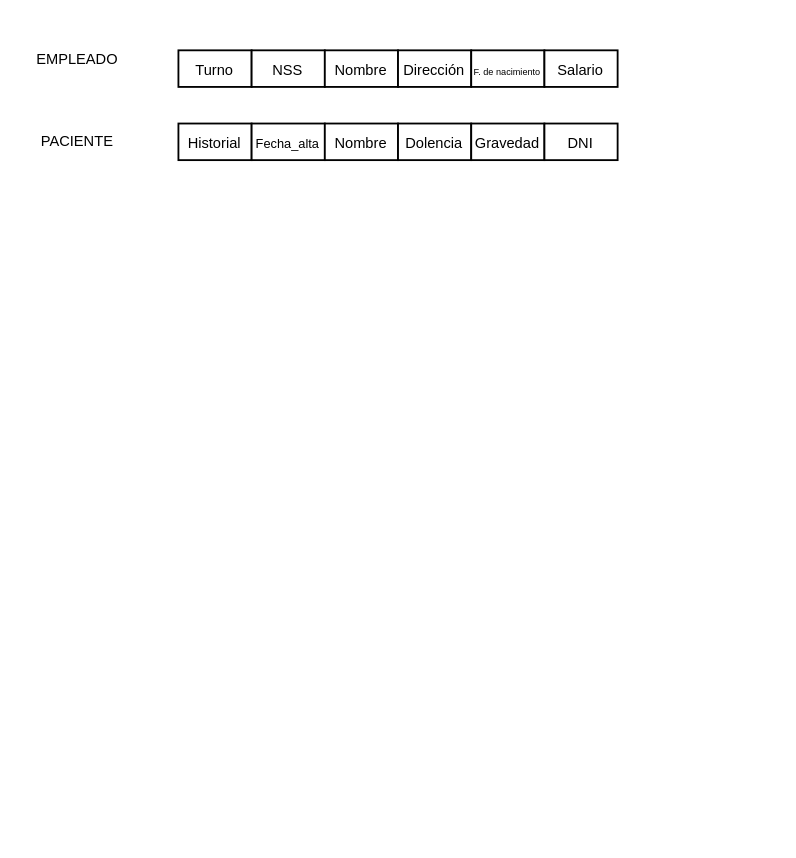
JaviOsuna/Hospital keeps this draw.io diagram as Hospital_entdiad_relacion.drawio. Above is the earlier version. Source tidied: cells renumbered, new cells numbered last; positions are measured from the earlier drawing's top-left corner, leaving out a move shared by most shapes. Both pictures are drawn from the tidied source at 183%, with x=0, y=0 at pixel (31, 31).
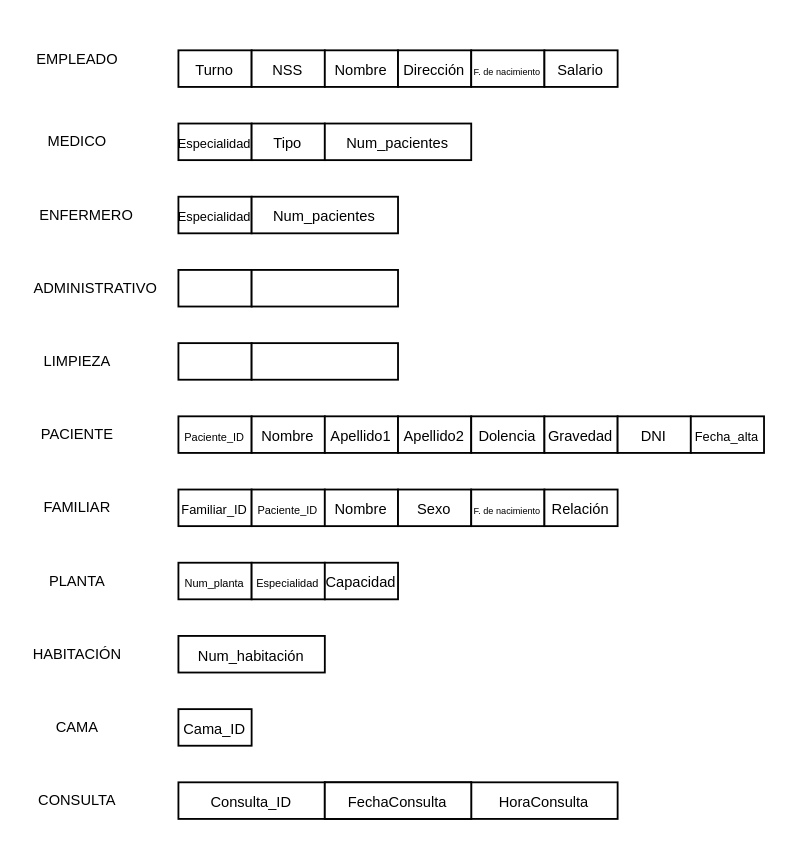
The same diagram, later.

The edit, as a diff of the source:
```diff
@@
     <mxCell id="14" style="rounded=0;whiteSpace=wrap;html=1;" parent="1" vertex="1">
-      <mxGeometry x="80" y="50" width="40" height="20" as="geometry" />
+      <mxGeometry x="80" y="210" width="40" height="20" as="geometry" />
     </mxCell>
     <mxCell id="15" style="rounded=0;whiteSpace=wrap;html=1;" parent="1" vertex="1">
-      <mxGeometry x="120" y="50" width="40" height="20" as="geometry" />
+      <mxGeometry x="120" y="210" width="40" height="20" as="geometry" />
     </mxCell>
     <mxCell id="16" style="rounded=0;whiteSpace=wrap;html=1;" parent="1" vertex="1">
-      <mxGeometry x="160" y="50" width="40" height="20" as="geometry" />
+      <mxGeometry x="160" y="210" width="40" height="20" as="geometry" />
     </mxCell>
     <mxCell id="17" style="rounded=0;whiteSpace=wrap;html=1;" parent="1" vertex="1">
-      <mxGeometry x="200" y="50" width="40" height="20" as="geometry" />
+      <mxGeometry x="200" y="210" width="40" height="20" as="geometry" />
     </mxCell>
     <mxCell id="18" style="rounded=0;whiteSpace=wrap;html=1;" parent="1" vertex="1">
-      <mxGeometry x="240" y="50" width="40" height="20" as="geometry" />
+      <mxGeometry x="240" y="210" width="40" height="20" as="geometry" />
     </mxCell>
     <mxCell id="19" style="rounded=0;whiteSpace=wrap;html=1;" parent="1" vertex="1">
-      <mxGeometry x="280" y="50" width="40" height="20" as="geometry" />
+      <mxGeometry x="280" y="210" width="40" height="20" as="geometry" />
     </mxCell>
-    <mxCell id="20" value="&lt;font style=&quot;font-size: 8px;&quot;&gt;Historial&lt;/font&gt;" style="text;html=1;align=center;verticalAlign=middle;whiteSpace=wrap;rounded=0;" parent="1" vertex="1">
-      <mxGeometry x="80" y="50" width="40" height="20" as="geometry" />
+    <mxCell id="20" value="&lt;font style=&quot;font-size: 6px;&quot;&gt;Paciente_ID&lt;/font&gt;" style="text;html=1;align=center;verticalAlign=middle;whiteSpace=wrap;rounded=0;" parent="1" vertex="1">
+      <mxGeometry x="80" y="210" width="40" height="20" as="geometry" />
     </mxCell>
-    <mxCell id="21" value="&lt;font style=&quot;font-size: 7px;&quot;&gt;Fecha_alta&lt;/font&gt;" style="text;html=1;align=center;verticalAlign=middle;whiteSpace=wrap;rounded=0;" parent="1" vertex="1">
-      <mxGeometry x="120" y="50" width="40" height="20" as="geometry" />
+    <mxCell id="21" value="&lt;font style=&quot;font-size: 8px;&quot;&gt;Nombre&lt;/font&gt;" style="text;html=1;align=center;verticalAlign=middle;whiteSpace=wrap;rounded=0;" parent="1" vertex="1">
+      <mxGeometry x="120" y="210" width="40" height="20" as="geometry" />
     </mxCell>
-    <mxCell id="22" value="&lt;span style=&quot;font-size: 8px;&quot;&gt;Nombre&lt;/span&gt;" style="text;html=1;align=center;verticalAlign=middle;whiteSpace=wrap;rounded=0;" parent="1" vertex="1">
-      <mxGeometry x="160" y="50" width="40" height="20" as="geometry" />
+    <mxCell id="22" value="&lt;span style=&quot;font-size: 8px;&quot;&gt;Apellido1&lt;/span&gt;" style="text;html=1;align=center;verticalAlign=middle;whiteSpace=wrap;rounded=0;" parent="1" vertex="1">
+      <mxGeometry x="160" y="210" width="40" height="20" as="geometry" />
     </mxCell>
-    <mxCell id="23" value="&lt;font style=&quot;font-size: 8px;&quot;&gt;Dolencia&lt;/font&gt;" style="text;html=1;align=center;verticalAlign=middle;whiteSpace=wrap;rounded=0;" parent="1" vertex="1">
-      <mxGeometry x="200" y="50" width="40" height="20" as="geometry" />
+    <mxCell id="23" value="&lt;font style=&quot;font-size: 8px;&quot;&gt;Apellido2&lt;/font&gt;" style="text;html=1;align=center;verticalAlign=middle;whiteSpace=wrap;rounded=0;" parent="1" vertex="1">
+      <mxGeometry x="200" y="210" width="40" height="20" as="geometry" />
     </mxCell>
-    <mxCell id="24" value="&lt;font style=&quot;font-size: 8px;&quot;&gt;Gravedad&lt;/font&gt;" style="text;html=1;align=center;verticalAlign=middle;whiteSpace=wrap;rounded=0;strokeWidth=0;" parent="1" vertex="1">
-      <mxGeometry x="240" y="50" width="40" height="20" as="geometry" />
+    <mxCell id="24" value="&lt;font style=&quot;font-size: 8px;&quot;&gt;Dolencia&lt;/font&gt;" style="text;html=1;align=center;verticalAlign=middle;whiteSpace=wrap;rounded=0;strokeWidth=0;" parent="1" vertex="1">
+      <mxGeometry x="240" y="210" width="40" height="20" as="geometry" />
     </mxCell>
-    <mxCell id="25" value="&lt;font style=&quot;font-size: 8px;&quot;&gt;DNI&lt;/font&gt;" style="text;html=1;align=center;verticalAlign=middle;whiteSpace=wrap;rounded=0;" parent="1" vertex="1">
-      <mxGeometry x="280" y="50" width="40" height="20" as="geometry" />
+    <mxCell id="25" value="&lt;font style=&quot;font-size: 8px;&quot;&gt;Gravedad&lt;/font&gt;" style="text;html=1;align=center;verticalAlign=middle;whiteSpace=wrap;rounded=0;" parent="1" vertex="1">
+      <mxGeometry x="280" y="210" width="40" height="20" as="geometry" />
     </mxCell>
@@
     <mxCell id="27" value="&lt;div style=&quot;&quot;&gt;&lt;span style=&quot;background-color: initial; font-size: 8px;&quot;&gt;PACIENTE&lt;/span&gt;&lt;/div&gt;" style="text;whiteSpace=wrap;html=1;align=center;" parent="1" vertex="1">
-      <mxGeometry y="45" width="50" height="30" as="geometry" />
+      <mxGeometry y="205" width="50" height="30" as="geometry" />
     </mxCell>
+    <mxCell id="28" style="rounded=0;whiteSpace=wrap;html=1;" parent="1" vertex="1">
+      <mxGeometry x="80" y="50" width="40" height="20" as="geometry" />
+    </mxCell>
+    <mxCell id="29" style="rounded=0;whiteSpace=wrap;html=1;" parent="1" vertex="1">
+      <mxGeometry x="120" y="50" width="40" height="20" as="geometry" />
+    </mxCell>
+    <mxCell id="30" style="rounded=0;whiteSpace=wrap;html=1;" parent="1" vertex="1">
+      <mxGeometry x="160" y="50" width="80" height="20" as="geometry" />
+    </mxCell>
+    <mxCell id="31" value="&lt;font style=&quot;font-size: 8px;&quot;&gt;Consulta_ID&lt;/font&gt;" style="rounded=0;whiteSpace=wrap;html=1;" parent="1" vertex="1">
+      <mxGeometry x="80" y="410" width="80" height="20" as="geometry" />
+    </mxCell>
+    <mxCell id="32" style="rounded=0;whiteSpace=wrap;html=1;" parent="1" vertex="1">
+      <mxGeometry x="160" y="410" width="80" height="20" as="geometry" />
+    </mxCell>
+    <mxCell id="33" value="&lt;font style=&quot;font-size: 7px;&quot;&gt;Especialidad&lt;/font&gt;" style="text;html=1;align=center;verticalAlign=middle;whiteSpace=wrap;rounded=0;" parent="1" vertex="1">
+      <mxGeometry x="80" y="50" width="40" height="20" as="geometry" />
+    </mxCell>
+    <mxCell id="34" value="&lt;font style=&quot;font-size: 8px;&quot;&gt;Tipo&lt;/font&gt;" style="text;html=1;align=center;verticalAlign=middle;whiteSpace=wrap;rounded=0;" parent="1" vertex="1">
+      <mxGeometry x="120" y="50" width="40" height="20" as="geometry" />
+    </mxCell>
+    <mxCell id="35" value="&lt;font style=&quot;font-size: 8px;&quot;&gt;Num_&lt;/font&gt;&lt;span style=&quot;font-size: 8px; background-color: initial;&quot;&gt;pacientes&lt;/span&gt;" style="text;html=1;align=center;verticalAlign=middle;whiteSpace=wrap;rounded=0;" parent="1" vertex="1">
+      <mxGeometry x="160" y="50" width="80" height="20" as="geometry" />
+    </mxCell>
+    <mxCell id="36" value="&lt;div style=&quot;&quot;&gt;&lt;span style=&quot;font-size: 8px;&quot;&gt;MEDICO&lt;/span&gt;&lt;/div&gt;" style="text;whiteSpace=wrap;html=1;align=center;" parent="1" vertex="1">
+      <mxGeometry y="45" width="50" height="30" as="geometry" />
+    </mxCell>
+    <mxCell id="37" style="rounded=0;whiteSpace=wrap;html=1;" parent="1" vertex="1">
+      <mxGeometry x="80" y="90" width="40" height="20" as="geometry" />
+    </mxCell>
+    <mxCell id="38" style="rounded=0;whiteSpace=wrap;html=1;" parent="1" vertex="1">
+      <mxGeometry x="120" y="90" width="80" height="20" as="geometry" />
+    </mxCell>
+    <mxCell id="39" value="&lt;font style=&quot;font-size: 8px;&quot;&gt;Cama_ID&lt;/font&gt;" style="rounded=0;whiteSpace=wrap;html=1;" parent="1" vertex="1">
+      <mxGeometry x="80" y="370" width="40" height="20" as="geometry" />
+    </mxCell>
+    <mxCell id="40" value="&lt;font style=&quot;font-size: 8px;&quot;&gt;HoraConsulta&lt;/font&gt;" style="rounded=0;whiteSpace=wrap;html=1;" parent="1" vertex="1">
+      <mxGeometry x="240" y="410" width="80" height="20" as="geometry" />
+    </mxCell>
+    <mxCell id="41" value="&lt;font style=&quot;font-size: 7px;&quot;&gt;Especialidad&lt;/font&gt;" style="text;html=1;align=center;verticalAlign=middle;whiteSpace=wrap;rounded=0;" parent="1" vertex="1">
+      <mxGeometry x="80" y="90" width="40" height="20" as="geometry" />
+    </mxCell>
+    <mxCell id="42" value="&lt;font style=&quot;font-size: 8px;&quot;&gt;Num_&lt;/font&gt;&lt;span style=&quot;font-size: 8px; background-color: initial;&quot;&gt;pacientes&lt;/span&gt;" style="text;html=1;align=center;verticalAlign=middle;whiteSpace=wrap;rounded=0;" parent="1" vertex="1">
+      <mxGeometry x="120" y="90" width="80" height="20" as="geometry" />
+    </mxCell>
+    <mxCell id="43" value="&lt;div style=&quot;&quot;&gt;&lt;span style=&quot;font-size: 8px;&quot;&gt;ENFERMERO&lt;/span&gt;&lt;/div&gt;" style="text;whiteSpace=wrap;html=1;align=center;" parent="1" vertex="1">
+      <mxGeometry y="85" width="60" height="30" as="geometry" />
+    </mxCell>
+    <mxCell id="44" style="rounded=0;whiteSpace=wrap;html=1;" parent="1" vertex="1">
+      <mxGeometry x="80" y="130" width="40" height="20" as="geometry" />
+    </mxCell>
+    <mxCell id="45" style="rounded=0;whiteSpace=wrap;html=1;" parent="1" vertex="1">
+      <mxGeometry x="120" y="130" width="80" height="20" as="geometry" />
+    </mxCell>
+    <mxCell id="46" value="&lt;font style=&quot;font-size: 8px;&quot;&gt;Num_habitación&lt;/font&gt;" style="rounded=0;whiteSpace=wrap;html=1;" parent="1" vertex="1">
+      <mxGeometry x="80" y="330" width="80" height="20" as="geometry" />
+    </mxCell>
+    <mxCell id="47" value="&lt;div style=&quot;&quot;&gt;&lt;span style=&quot;font-size: 8px;&quot;&gt;ADMINISTRATIVO&lt;/span&gt;&lt;/div&gt;" style="text;whiteSpace=wrap;html=1;align=center;" parent="1" vertex="1">
+      <mxGeometry y="125" width="70" height="30" as="geometry" />
+    </mxCell>
+    <mxCell id="48" style="rounded=0;whiteSpace=wrap;html=1;" parent="1" vertex="1">
+      <mxGeometry x="80" y="170" width="40" height="20" as="geometry" />
+    </mxCell>
+    <mxCell id="49" style="rounded=0;whiteSpace=wrap;html=1;" parent="1" vertex="1">
+      <mxGeometry x="120" y="170" width="80" height="20" as="geometry" />
+    </mxCell>
+    <mxCell id="50" style="rounded=0;whiteSpace=wrap;html=1;" parent="1" vertex="1">
+      <mxGeometry x="320" y="210" width="40" height="20" as="geometry" />
+    </mxCell>
+    <mxCell id="51" style="rounded=0;whiteSpace=wrap;html=1;" parent="1" vertex="1">
+      <mxGeometry x="360" y="210" width="40" height="20" as="geometry" />
+    </mxCell>
+    <mxCell id="52" value="&lt;div style=&quot;&quot;&gt;&lt;span style=&quot;font-size: 8px;&quot;&gt;LIMPIEZA&lt;/span&gt;&lt;/div&gt;" style="text;whiteSpace=wrap;html=1;align=center;" parent="1" vertex="1">
+      <mxGeometry y="165" width="50" height="30" as="geometry" />
+    </mxCell>
+    <mxCell id="53" value="&lt;font style=&quot;font-size: 8px;&quot;&gt;DNI&lt;/font&gt;" style="text;html=1;align=center;verticalAlign=middle;whiteSpace=wrap;rounded=0;" parent="1" vertex="1">
+      <mxGeometry x="320" y="210" width="40" height="20" as="geometry" />
+    </mxCell>
+    <mxCell id="54" value="&lt;font style=&quot;font-size: 7px;&quot;&gt;Fecha_alta&lt;/font&gt;" style="text;html=1;align=center;verticalAlign=middle;whiteSpace=wrap;rounded=0;" parent="1" vertex="1">
+      <mxGeometry x="360" y="210" width="40" height="20" as="geometry" />
+    </mxCell>
+    <mxCell id="55" style="rounded=0;whiteSpace=wrap;html=1;" parent="1" vertex="1">
+      <mxGeometry x="80" y="250" width="40" height="20" as="geometry" />
+    </mxCell>
+    <mxCell id="56" style="rounded=0;whiteSpace=wrap;html=1;" parent="1" vertex="1">
+      <mxGeometry x="120" y="250" width="40" height="20" as="geometry" />
+    </mxCell>
+    <mxCell id="57" style="rounded=0;whiteSpace=wrap;html=1;" parent="1" vertex="1">
+      <mxGeometry x="160" y="250" width="40" height="20" as="geometry" />
+    </mxCell>
+    <mxCell id="58" style="rounded=0;whiteSpace=wrap;html=1;" parent="1" vertex="1">
+      <mxGeometry x="200" y="250" width="40" height="20" as="geometry" />
+    </mxCell>
+    <mxCell id="59" style="rounded=0;whiteSpace=wrap;html=1;" parent="1" vertex="1">
+      <mxGeometry x="240" y="250" width="40" height="20" as="geometry" />
+    </mxCell>
+    <mxCell id="60" value="&lt;font style=&quot;font-size: 7px;&quot;&gt;Familiar_ID&lt;/font&gt;" style="text;html=1;align=center;verticalAlign=middle;whiteSpace=wrap;rounded=0;" parent="1" vertex="1">
+      <mxGeometry x="80" y="250" width="40" height="20" as="geometry" />
+    </mxCell>
+    <mxCell id="61" value="&lt;font style=&quot;font-size: 6px;&quot;&gt;Paciente_ID&lt;/font&gt;" style="text;html=1;align=center;verticalAlign=middle;whiteSpace=wrap;rounded=0;" parent="1" vertex="1">
+      <mxGeometry x="120" y="250" width="40" height="20" as="geometry" />
+    </mxCell>
+    <mxCell id="62" value="&lt;span style=&quot;font-size: 8px;&quot;&gt;Nombre&lt;/span&gt;" style="text;html=1;align=center;verticalAlign=middle;whiteSpace=wrap;rounded=0;" parent="1" vertex="1">
+      <mxGeometry x="160" y="250" width="40" height="20" as="geometry" />
+    </mxCell>
+    <mxCell id="63" value="&lt;font style=&quot;font-size: 8px;&quot;&gt;Sexo&lt;/font&gt;" style="text;html=1;align=center;verticalAlign=middle;whiteSpace=wrap;rounded=0;" parent="1" vertex="1">
+      <mxGeometry x="200" y="250" width="40" height="20" as="geometry" />
+    </mxCell>
+    <mxCell id="64" value="&lt;font style=&quot;font-size: 5px;&quot;&gt;F. de nacimiento&lt;/font&gt;" style="text;html=1;align=center;verticalAlign=middle;whiteSpace=wrap;rounded=0;strokeWidth=0;" parent="1" vertex="1">
+      <mxGeometry x="240" y="250" width="40" height="20" as="geometry" />
+    </mxCell>
+    <mxCell id="65" value="&lt;font style=&quot;font-size: 8px;&quot;&gt;Relación&lt;/font&gt;" style="rounded=0;whiteSpace=wrap;html=1;" parent="1" vertex="1">
+      <mxGeometry x="280" y="250" width="40" height="20" as="geometry" />
+    </mxCell>
+    <mxCell id="66" value="&lt;div style=&quot;&quot;&gt;&lt;span style=&quot;background-color: initial; font-size: 8px;&quot;&gt;FAMILIAR&lt;/span&gt;&lt;/div&gt;" style="text;whiteSpace=wrap;html=1;align=center;" parent="1" vertex="1">
+      <mxGeometry y="245" width="50" height="30" as="geometry" />
+    </mxCell>
+    <mxCell id="67" style="rounded=0;whiteSpace=wrap;html=1;" parent="1" vertex="1">
+      <mxGeometry x="80" y="290" width="40" height="20" as="geometry" />
+    </mxCell>
+    <mxCell id="68" style="rounded=0;whiteSpace=wrap;html=1;" parent="1" vertex="1">
+      <mxGeometry x="120" y="290" width="40" height="20" as="geometry" />
+    </mxCell>
+    <mxCell id="69" style="rounded=0;whiteSpace=wrap;html=1;" parent="1" vertex="1">
+      <mxGeometry x="160" y="290" width="40" height="20" as="geometry" />
+    </mxCell>
+    <mxCell id="70" value="&lt;font style=&quot;font-size: 6px;&quot;&gt;Num_planta&lt;/font&gt;" style="text;html=1;align=center;verticalAlign=middle;whiteSpace=wrap;rounded=0;" parent="1" vertex="1">
+      <mxGeometry x="80" y="290" width="40" height="20" as="geometry" />
+    </mxCell>
+    <mxCell id="71" value="&lt;font style=&quot;font-size: 6px;&quot;&gt;Especialidad&lt;/font&gt;" style="text;html=1;align=center;verticalAlign=middle;whiteSpace=wrap;rounded=0;" parent="1" vertex="1">
+      <mxGeometry x="120" y="290" width="40" height="20" as="geometry" />
+    </mxCell>
+    <mxCell id="72" value="&lt;span style=&quot;font-size: 8px;&quot;&gt;Capacidad&lt;/span&gt;" style="text;html=1;align=center;verticalAlign=middle;whiteSpace=wrap;rounded=0;" parent="1" vertex="1">
+      <mxGeometry x="160" y="290" width="40" height="20" as="geometry" />
+    </mxCell>
+    <mxCell id="73" value="&lt;div style=&quot;&quot;&gt;&lt;span style=&quot;background-color: initial; font-size: 8px;&quot;&gt;PLANTA&lt;/span&gt;&lt;/div&gt;" style="text;whiteSpace=wrap;html=1;align=center;" parent="1" vertex="1">
+      <mxGeometry y="285" width="50" height="30" as="geometry" />
+    </mxCell>
+    <mxCell id="74" value="&lt;div style=&quot;&quot;&gt;&lt;span style=&quot;background-color: initial; font-size: 8px;&quot;&gt;HABITACIÓN&lt;/span&gt;&lt;/div&gt;" style="text;whiteSpace=wrap;html=1;align=center;" parent="1" vertex="1">
+      <mxGeometry y="325" width="50" height="30" as="geometry" />
+    </mxCell>
+    <mxCell id="75" value="&lt;div style=&quot;&quot;&gt;&lt;span style=&quot;background-color: initial; font-size: 8px;&quot;&gt;CAMA&lt;/span&gt;&lt;/div&gt;" style="text;whiteSpace=wrap;html=1;align=center;" parent="1" vertex="1">
+      <mxGeometry y="365" width="50" height="30" as="geometry" />
+    </mxCell>
+    <mxCell id="76" value="&lt;font style=&quot;font-size: 8px;&quot;&gt;FechaConsulta&lt;/font&gt;" style="rounded=0;whiteSpace=wrap;html=1;" parent="1" vertex="1">
+      <mxGeometry x="160" y="410" width="80" height="20" as="geometry" />
+    </mxCell>
+    <mxCell id="77" value="&lt;div style=&quot;&quot;&gt;&lt;span style=&quot;background-color: initial; font-size: 8px;&quot;&gt;CONSULTA&lt;/span&gt;&lt;/div&gt;" style="text;whiteSpace=wrap;html=1;align=center;" parent="1" vertex="1">
+      <mxGeometry y="405" width="50" height="30" as="geometry" />
+    </mxCell>
```
